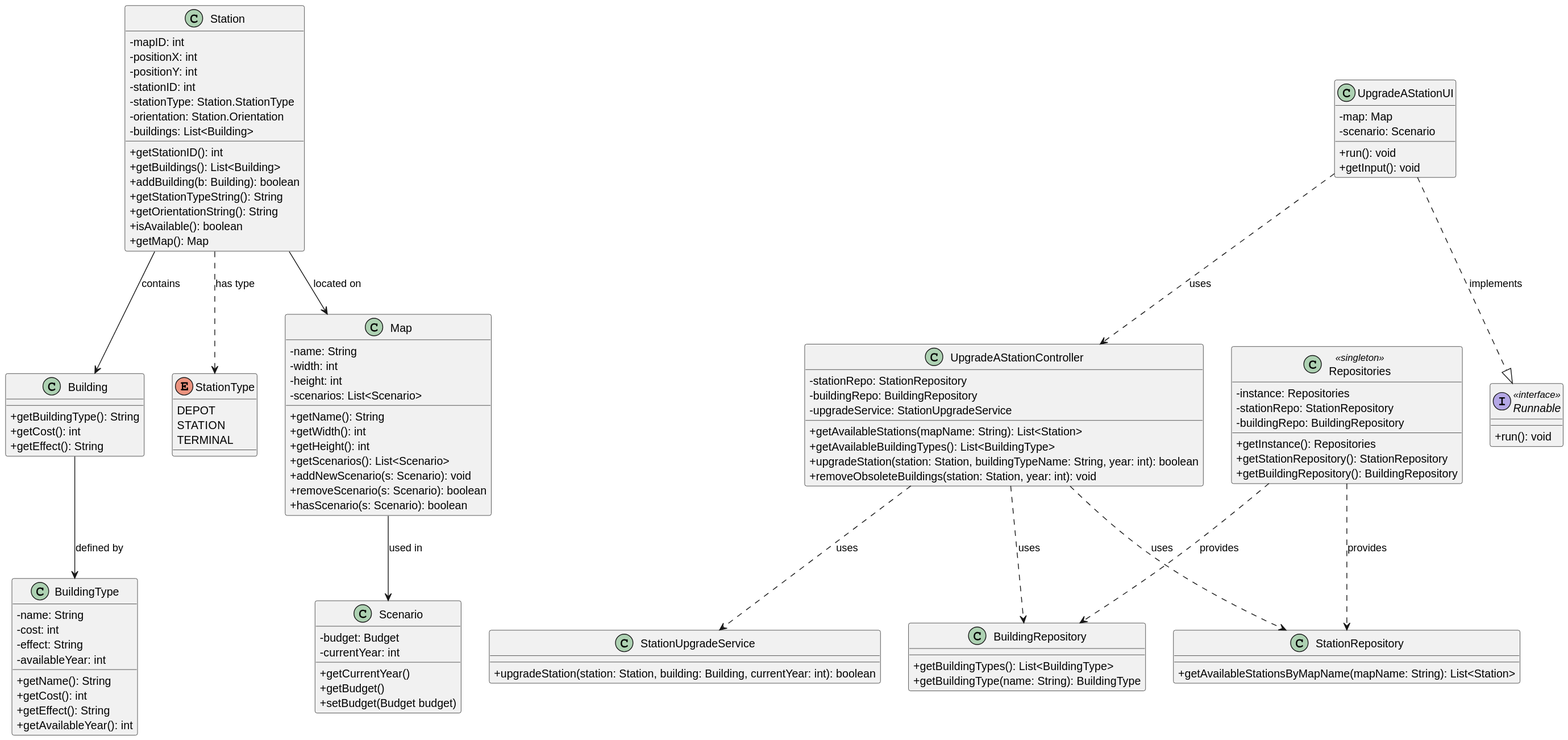
The PlantUML diagram docs/sprint3/us006/03.design/svg/us006-class-diagram.svg in ivasduarte/all-aboard, before a commit.
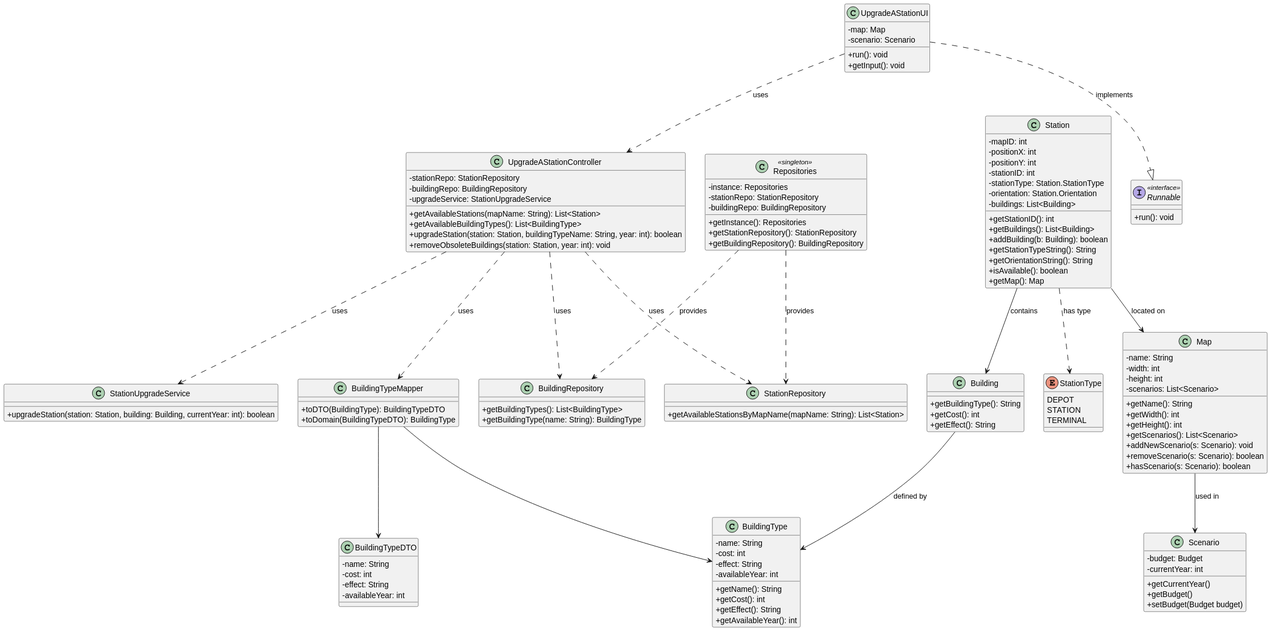
The same file after the commit.

The edit, as a diff of the source:
```diff
@@ -108,6 +108,23 @@
   + setBudget(Budget budget)
 }
 
+class BuildingTypeDTO  {
+  -name: String
+  -cost: int
+  -effect: String
+  -availableYear: int
+}
+
+class BuildingTypeMapper  {
+  +toDTO(BuildingType): BuildingTypeDTO
+  +toDomain(BuildingTypeDTO): BuildingType
+}
+
+BuildingTypeMapper --> BuildingType
+BuildingTypeMapper --> BuildingTypeDTO
+UpgradeAStationController ..> BuildingTypeMapper : uses
+
+
 
 Station --> Building : contains
 Building --> BuildingType : defined by
```
